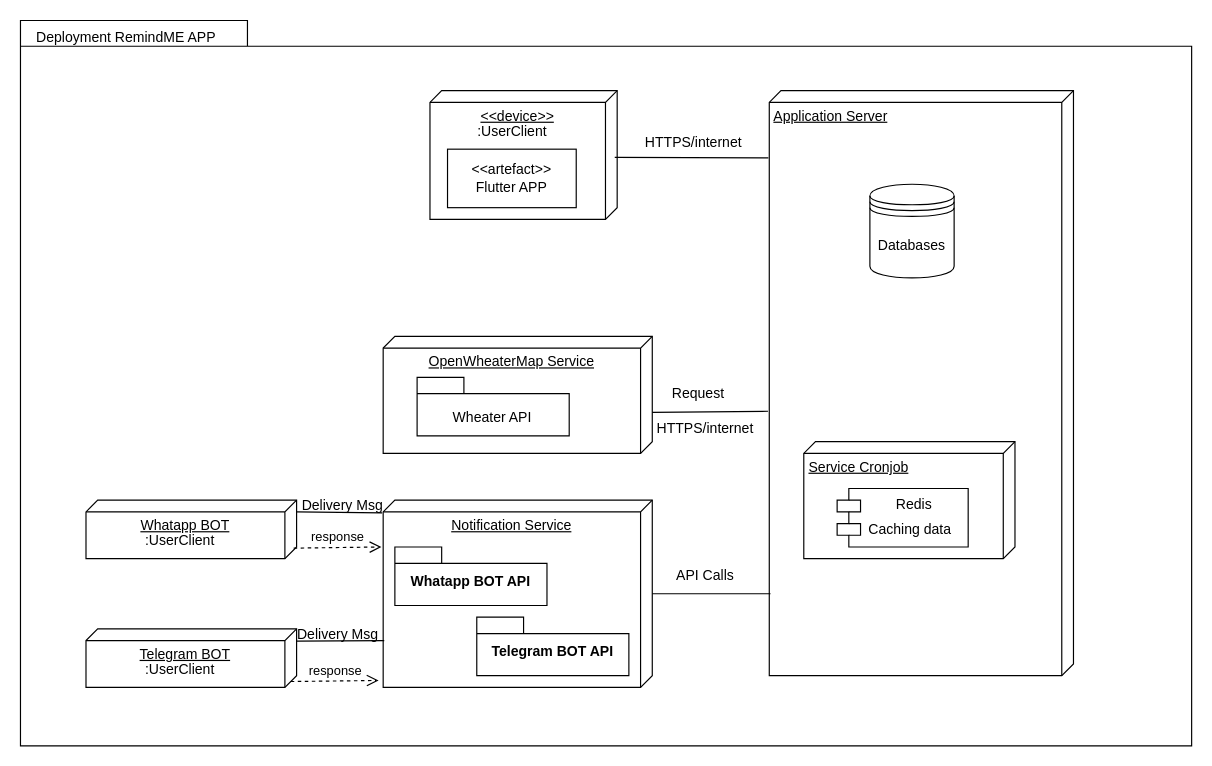
Earlier version of the draw.io diagram Deployment-remindME.drawio (caturprasatya/TP-UML). Source tidied: cells renumbered, new cells numbered last; positions are measured from the earlier drawing's top-left corner, leaving out a move shared by most shapes. Both pictures are drawn from the tidied source at 117%, with x=0, y=0 at pixel (20, 20).
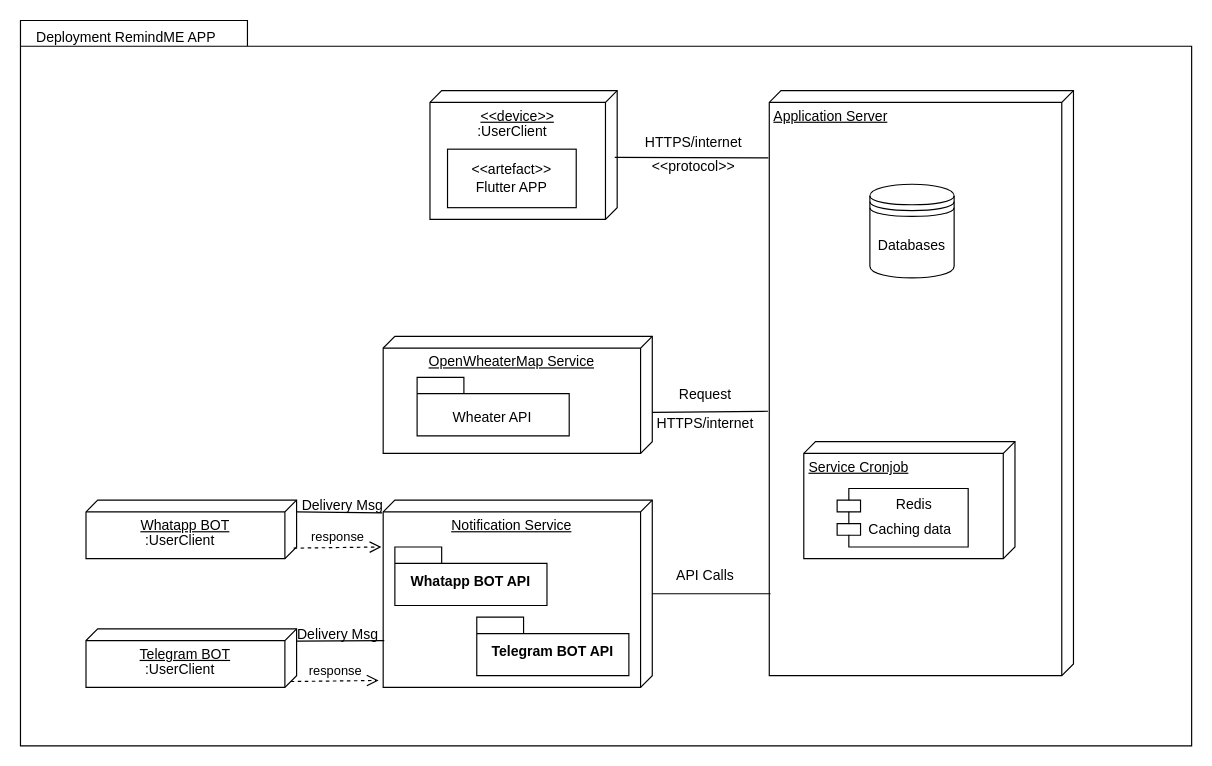
After the change.

What changed in the source:
```diff
@@
     <mxCell id="27" value="Request" style="text;html=1;align=center;verticalAlign=middle;strokeColor=none;fillColor=none;" parent="1" vertex="1">
-      <mxGeometry x="544" y="304" width="70" height="30" as="geometry" />
+      <mxGeometry x="550" y="305" width="70" height="30" as="geometry" />
     </mxCell>
     <mxCell id="28" value="HTTPS/internet" style="text;html=1;align=center;verticalAlign=middle;strokeColor=none;fillColor=none;" parent="1" vertex="1">
-      <mxGeometry x="530" y="334" width="110" height="30" as="geometry" />
+      <mxGeometry x="530" y="330" width="110" height="30" as="geometry" />
     </mxCell>
@@
+    <mxCell id="35" value="&amp;lt;&amp;lt;protocol&amp;gt;&amp;gt;" style="text;html=1;align=center;verticalAlign=middle;strokeColor=none;fillColor=none;" parent="1" vertex="1">
+      <mxGeometry x="530" y="110" width="90" height="30" as="geometry" />
+    </mxCell>
```
